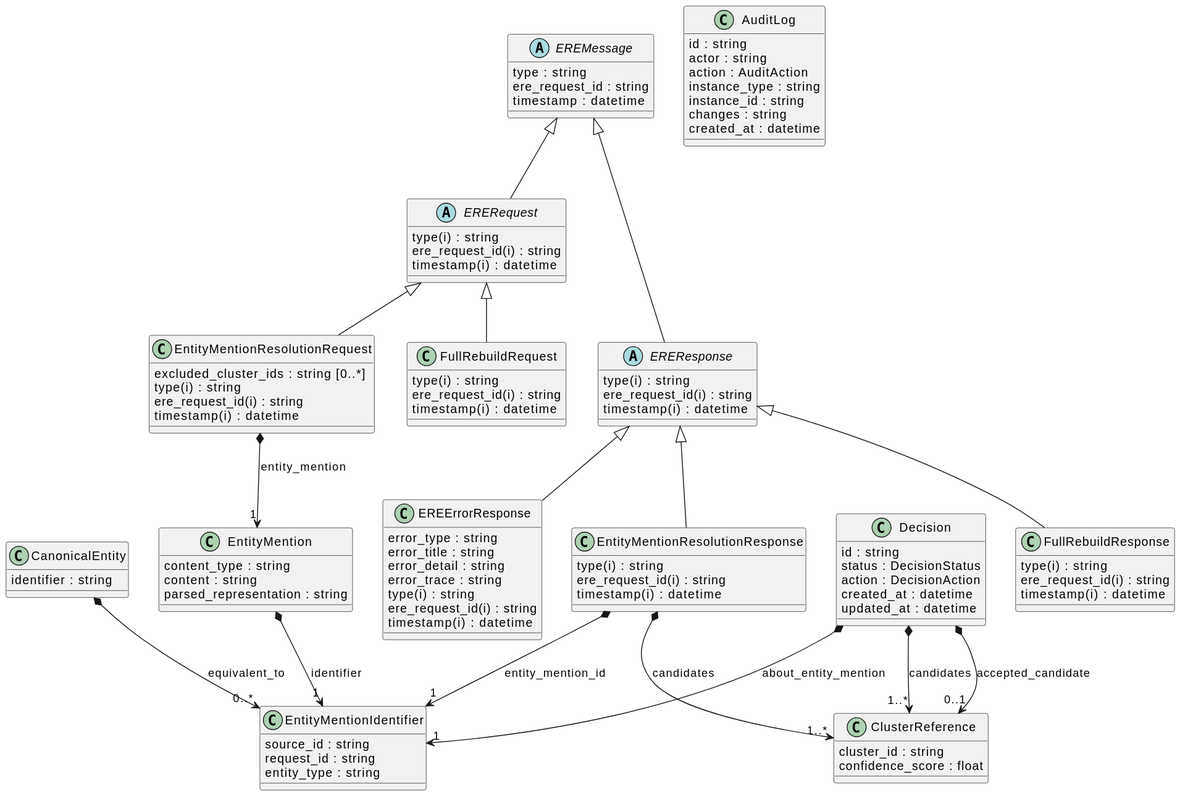
This is docs/schema/EreServiceSchema.svg from meaningfy-ws/entity-resolution-spec, a PlantUML export, as it was before one commit.
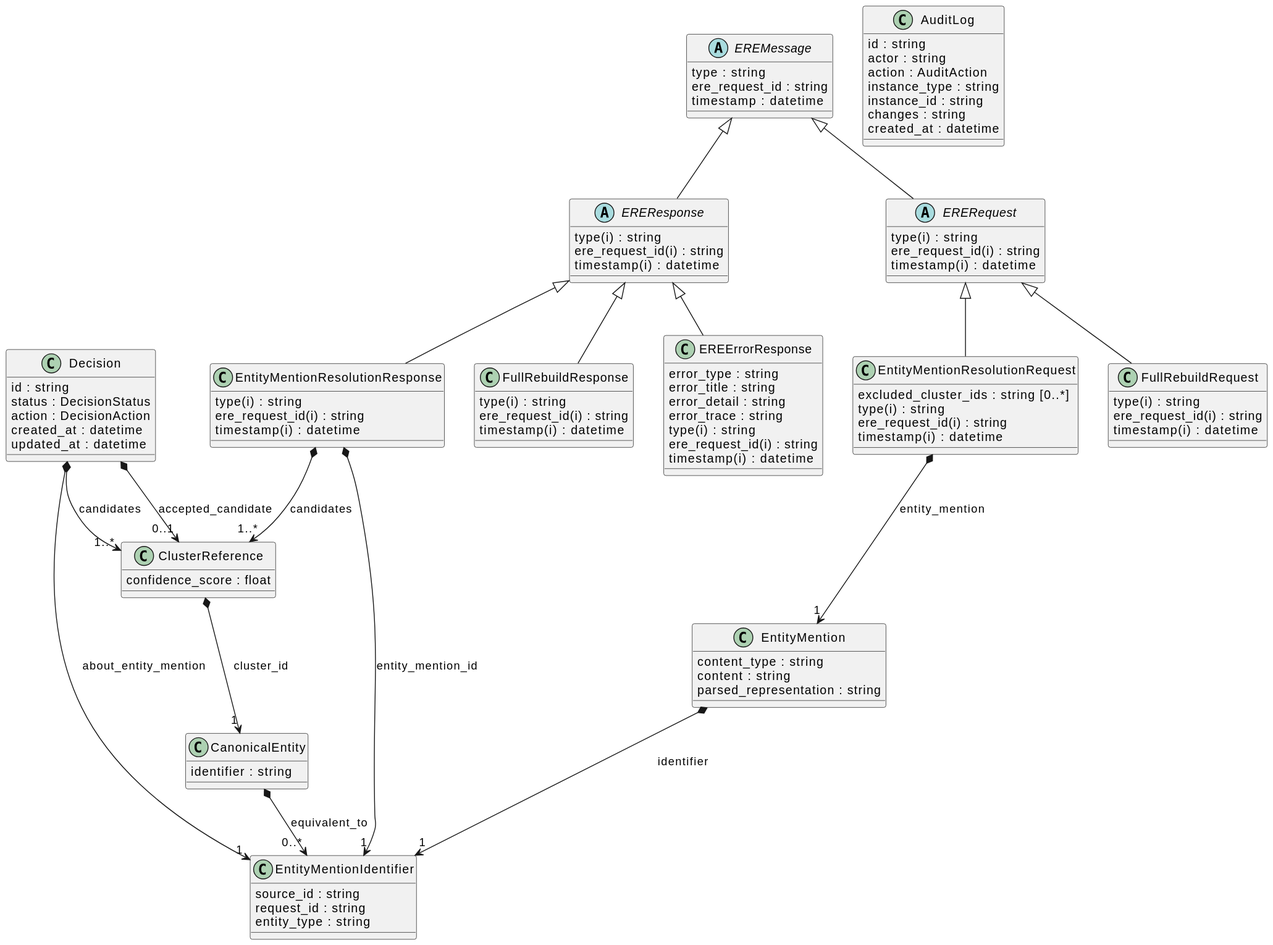
The same file after the commit.

Commit message:
fix: provide reference to canonical entity in cluster reference

The edit, as a diff of the source:
```diff
@@ -29,7 +29,6 @@
 "EntityMentionResolutionResponse" *--> "1" "EntityMentionIdentifier" : "entity_mention_id"
 "EntityMention" *--> "1" "EntityMentionIdentifier" : "identifier"
 class "ClusterReference" [[{A reference to a cluster to which an entity is deemed to belong, with an associated confidence score.}]] {
-    {field} cluster_id : string
     {field} confidence_score : float
 }
 abstract "EREResponse" [[{Root class to represent all the responses sent by the ERE.}]] {
@@ -83,6 +82,7 @@
 "EREMessage" ^-- "ERERequest"
 "Decision" *--> "1..*" "ClusterReference" : "candidates"
 "Decision" *--> "0..1" "ClusterReference" : "accepted_candidate"
+"ClusterReference" *--> "1" "CanonicalEntity" : "cluster_id"
 class "AuditLog" [[{Audit trail entry for curation actions}]] {
     {field} id : string
     {field} actor : string
```
